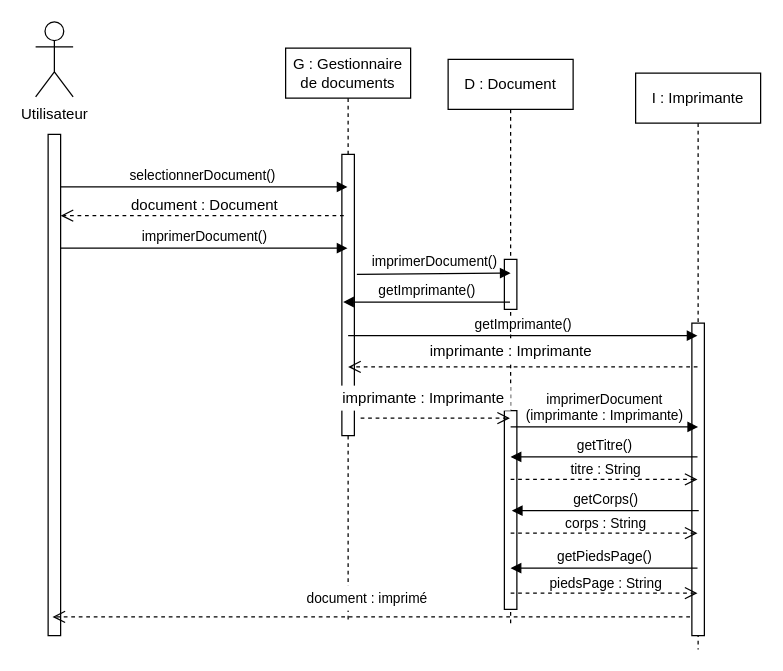
Before: page "Exo4" (4 of 8) of DM3.drawio in adambdj/uml, a draw.io diagram. Source tidied: cells renumbered, new cells numbered last; positions are measured from the earlier drawing's top-left corner, leaving out a move shared by most shapes. Both pictures are drawn from the tidied source at 125%, with x=0, y=0 at pixel (35, 21).
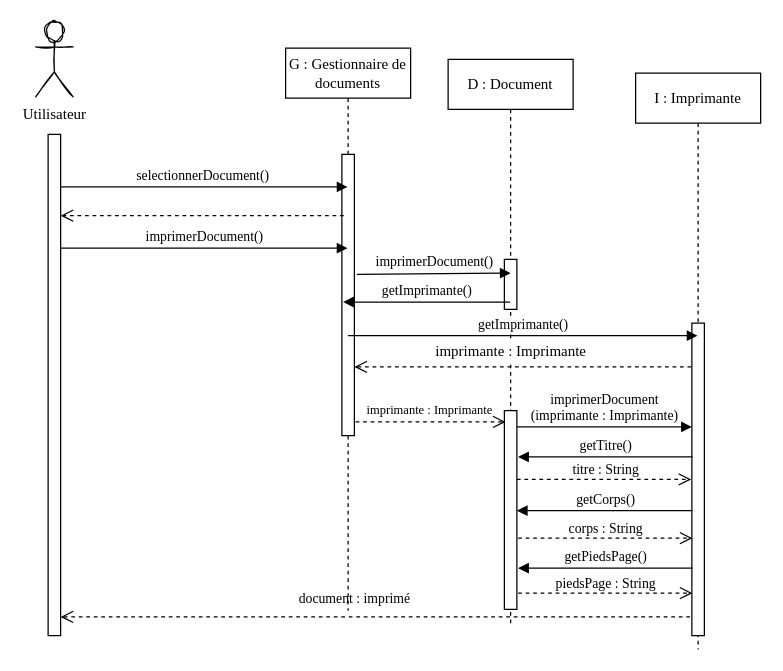
The same page after the edit.

What changed in the source:
```diff
@@
-    <mxCell id="2" value="Utilisateur" style="shape=umlActor;verticalLabelPosition=bottom;verticalAlign=top;html=1;" parent="1" vertex="1">
+    <mxCell id="2" value="Utilisateur" style="shape=umlActor;verticalLabelPosition=bottom;verticalAlign=top;html=1;fontFamily=Garamond;sketch=1;" parent="1" vertex="1">
       <mxGeometry width="30" height="60" as="geometry" />
     </mxCell>
-    <mxCell id="3" style="html=1;perimeter=orthogonalPerimeter;" parent="1" vertex="1">
+    <mxCell id="3" style="html=1;perimeter=orthogonalPerimeter;fontFamily=Garamond;" parent="1" vertex="1">
       <mxGeometry x="10" y="90" width="10" height="401" as="geometry" />
     </mxCell>
-    <mxCell id="4" value="G : Gestionnaire de documents" style="shape=umlLifeline;perimeter=lifelinePerimeter;whiteSpace=wrap;html=1;" parent="1" vertex="1">
-      <mxGeometry x="200" y="21" width="100" height="460" as="geometry" />
+    <mxCell id="4" value="G : Gestionnaire de documents" style="shape=umlLifeline;perimeter=lifelinePerimeter;whiteSpace=wrap;html=1;fontFamily=Garamond;" parent="1" vertex="1">
+      <mxGeometry x="200" y="21" width="100" height="450" as="geometry" />
     </mxCell>
-    <mxCell id="5" style="html=1;perimeter=orthogonalPerimeter;" parent="4" vertex="1">
+    <mxCell id="5" style="html=1;perimeter=orthogonalPerimeter;fontFamily=Garamond;" parent="4" vertex="1">
       <mxGeometry x="45" y="85" width="10" height="225" as="geometry" />
     </mxCell>
-    <mxCell id="6" value="selectionnerDocument()&amp;nbsp;" style="html=1;verticalAlign=bottom;endArrow=block;exitX=1;exitY=0.136;exitDx=0;exitDy=0;exitPerimeter=0;" parent="1" edge="1">
+    <mxCell id="6" value="selectionnerDocument()&amp;nbsp;" style="html=1;verticalAlign=bottom;endArrow=block;exitX=1;exitY=0.136;exitDx=0;exitDy=0;exitPerimeter=0;fontFamily=Garamond;" parent="1" edge="1">
       <mxGeometry relative="1" as="geometry">
         <mxPoint x="20" y="132" as="sourcePoint" />
         <mxPoint x="249.5" y="132" as="targetPoint" />
       </mxGeometry>
     </mxCell>
-    <mxCell id="7" style="html=1;verticalAlign=bottom;endArrow=open;dashed=1;endSize=8;entryX=1.3;entryY=0.886;entryDx=0;entryDy=0;entryPerimeter=0;" parent="1" edge="1">
+    <mxCell id="7" style="html=1;verticalAlign=bottom;endArrow=open;dashed=1;endSize=8;fontFamily=Garamond;" parent="1" edge="1">
       <mxGeometry relative="1" as="geometry">
         <mxPoint x="529.5" y="476" as="sourcePoint" />
-        <mxPoint x="13.5" y="476" as="targetPoint" />
+        <mxPoint x="20" y="476" as="targetPoint" />
       </mxGeometry>
     </mxCell>
-    <mxCell id="8" value="D : Document" style="shape=umlLifeline;perimeter=lifelinePerimeter;whiteSpace=wrap;html=1;" parent="1" vertex="1">
+    <mxCell id="8" value="D : Document" style="shape=umlLifeline;perimeter=lifelinePerimeter;whiteSpace=wrap;html=1;fontFamily=Garamond;" parent="1" vertex="1">
       <mxGeometry x="330" y="30" width="100" height="451" as="geometry" />
     </mxCell>
-    <mxCell id="9" style="html=1;perimeter=orthogonalPerimeter;" parent="8" vertex="1">
+    <mxCell id="9" style="html=1;perimeter=orthogonalPerimeter;fontFamily=Garamond;" parent="8" vertex="1">
       <mxGeometry x="45" y="160" width="10" height="40" as="geometry" />
     </mxCell>
-    <mxCell id="10" style="html=1;perimeter=orthogonalPerimeter;" parent="8" vertex="1">
+    <mxCell id="10" style="html=1;perimeter=orthogonalPerimeter;fontFamily=Garamond;" parent="8" vertex="1">
       <mxGeometry x="45" y="281" width="10" height="159" as="geometry" />
     </mxCell>
-    <mxCell id="11" value="I : Imprimante" style="shape=umlLifeline;perimeter=lifelinePerimeter;whiteSpace=wrap;html=1;outlineConnect=0;" parent="1" vertex="1">
+    <mxCell id="11" value="I : Imprimante" style="shape=umlLifeline;perimeter=lifelinePerimeter;whiteSpace=wrap;html=1;outlineConnect=0;fontFamily=Garamond;" parent="1" vertex="1">
       <mxGeometry x="480" y="41" width="100" height="461" as="geometry" />
     </mxCell>
-    <mxCell id="12" style="html=1;perimeter=orthogonalPerimeter;" parent="11" vertex="1">
+    <mxCell id="12" style="html=1;perimeter=orthogonalPerimeter;fontFamily=Garamond;" parent="11" vertex="1">
       <mxGeometry x="45" y="200" width="10" height="250" as="geometry" />
     </mxCell>
-    <mxCell id="13" value="imprimerDocument()" style="html=1;verticalAlign=bottom;endArrow=block;" parent="1" edge="1">
+    <mxCell id="13" value="imprimerDocument()" style="html=1;verticalAlign=bottom;endArrow=block;fontFamily=Garamond;" parent="1" edge="1">
       <mxGeometry relative="1" as="geometry">
         <mxPoint x="257" y="202" as="sourcePoint" />
         <mxPoint x="380" y="201" as="targetPoint" />
       </mxGeometry>
     </mxCell>
-    <mxCell id="14" style="html=1;verticalAlign=bottom;endArrow=open;dashed=1;endSize=8;entryX=1.3;entryY=0.886;entryDx=0;entryDy=0;entryPerimeter=0;" parent="1" edge="1">
+    <mxCell id="14" style="html=1;verticalAlign=bottom;endArrow=open;dashed=1;endSize=8;entryX=1.3;entryY=0.886;entryDx=0;entryDy=0;entryPerimeter=0;fontFamily=Garamond;" parent="1" edge="1">
       <mxGeometry relative="1" as="geometry">
         <mxPoint x="246.5" y="155" as="sourcePoint" />
         <mxPoint x="20" y="155" as="targetPoint" />
       </mxGeometry>
     </mxCell>
-    <mxCell id="15" value="imprimerDocument()" style="html=1;verticalAlign=bottom;endArrow=block;" parent="1" edge="1">
+    <mxCell id="15" value="imprimerDocument()" style="html=1;verticalAlign=bottom;endArrow=block;fontFamily=Garamond;" parent="1" edge="1">
       <mxGeometry relative="1" as="geometry">
         <mxPoint x="20" y="181" as="sourcePoint" />
         <mxPoint x="249.5" y="181" as="targetPoint" />
       </mxGeometry>
     </mxCell>
-    <mxCell id="16" value="getImprimante()" style="html=1;verticalAlign=bottom;endArrow=block;entryX=0.1;entryY=0.339;entryDx=0;entryDy=0;entryPerimeter=0;" parent="1" edge="1">
+    <mxCell id="16" value="getImprimante()" style="html=1;verticalAlign=bottom;endArrow=block;entryX=0.1;entryY=0.339;entryDx=0;entryDy=0;entryPerimeter=0;fontFamily=Garamond;" parent="1" edge="1">
       <mxGeometry relative="1" as="geometry">
         <mxPoint x="379.5" y="224.1" as="sourcePoint" />
         <mxPoint x="246" y="224.1" as="targetPoint" />
       </mxGeometry>
     </mxCell>
-    <mxCell id="17" value="getImprimante()" style="html=1;verticalAlign=bottom;endArrow=block;" parent="1" edge="1" target="11">
+    <mxCell id="17" value="getImprimante()" style="html=1;verticalAlign=bottom;endArrow=block;fontFamily=Garamond;" parent="1" edge="1" target="11">
       <mxGeometry relative="1" as="geometry">
         <mxPoint x="250" y="251" as="sourcePoint" />
       </mxGeometry>
     </mxCell>
-    <mxCell id="18" style="html=1;verticalAlign=bottom;endArrow=open;dashed=1;endSize=8;" parent="1" edge="1">
+    <mxCell id="18" style="html=1;verticalAlign=bottom;endArrow=open;dashed=1;endSize=8;fontFamily=Garamond;" parent="1" edge="1">
       <mxGeometry relative="1" as="geometry">
-        <mxPoint x="529.5" y="276" as="sourcePoint" />
-        <mxPoint x="250" y="276" as="targetPoint" />
+        <mxPoint x="524.5" y="276" as="sourcePoint" />
+        <mxPoint x="255" y="276" as="targetPoint" />
       </mxGeometry>
     </mxCell>
-    <mxCell id="19" value="imprimante : Imprimante" style="text;html=1;align=center;verticalAlign=middle;fillColor=#ffffff;" parent="1" vertex="1">
+    <mxCell id="19" value="imprimante : Imprimante" style="text;html=1;align=center;verticalAlign=middle;fillColor=#ffffff;fontFamily=Garamond;" parent="1" vertex="1">
       <mxGeometry x="310" y="254" width="140" height="20" as="geometry" />
     </mxCell>
-    <mxCell id="20" style="html=1;verticalAlign=bottom;endArrow=open;dashed=1;endSize=8;" parent="1" edge="1">
+    <mxCell id="20" style="html=1;verticalAlign=bottom;endArrow=open;dashed=1;endSize=8;fontFamily=Garamond;" parent="1" edge="1">
       <mxGeometry relative="1" as="geometry">
-        <mxPoint x="260" y="317" as="sourcePoint" />
-        <mxPoint x="379.5" y="317" as="targetPoint" />
+        <mxPoint x="256" y="320" as="sourcePoint" />
+        <mxPoint x="376" y="320" as="targetPoint" />
       </mxGeometry>
     </mxCell>
-    <mxCell id="21" value="imprimante : Imprimante" style="text;html=1;align=center;verticalAlign=middle;fillColor=#ffffff;" parent="1" vertex="1">
-      <mxGeometry x="240" y="291" width="140" height="20" as="geometry" />
+    <mxCell id="21" value="imprimante : Imprimante" style="text;html=1;align=center;verticalAlign=middle;fontSize=10;fontFamily=Garamond;" parent="1" vertex="1">
+      <mxGeometry x="255" y="300" width="120" height="20" as="geometry" />
     </mxCell>
-    <mxCell id="22" value="imprimerDocument&lt;br&gt;(imprimante : Imprimante)" style="html=1;verticalAlign=bottom;endArrow=block;" parent="1" edge="1">
+    <mxCell id="22" value="imprimerDocument&lt;br&gt;(imprimante : Imprimante)" style="html=1;verticalAlign=bottom;endArrow=block;labelBackgroundColor=none;fontFamily=Garamond;" parent="1" edge="1">
       <mxGeometry relative="1" as="geometry">
-        <mxPoint x="380" y="324" as="sourcePoint" />
-        <mxPoint x="530" y="324" as="targetPoint" />
+        <mxPoint x="385" y="324" as="sourcePoint" />
+        <mxPoint x="525" y="324" as="targetPoint" />
       </mxGeometry>
     </mxCell>
-    <mxCell id="23" value="document : Document" style="text;html=1;align=center;verticalAlign=middle;" parent="1" vertex="1">
-      <mxGeometry x="70" y="137" width="130" height="20" as="geometry" />
-    </mxCell>
-    <mxCell id="24" value="getTitre()" style="html=1;verticalAlign=bottom;endArrow=block;" parent="1" edge="1">
+    <mxCell id="24" value="getTitre()" style="html=1;verticalAlign=bottom;endArrow=block;fontFamily=Garamond;" parent="1" edge="1">
       <mxGeometry relative="1" as="geometry">
-        <mxPoint x="529.5" y="348" as="sourcePoint" />
-        <mxPoint x="380" y="348" as="targetPoint" />
+        <mxPoint x="525.5" y="348" as="sourcePoint" />
+        <mxPoint x="386" y="348" as="targetPoint" />
       </mxGeometry>
     </mxCell>
-    <mxCell id="25" value="getCorps()" style="html=1;verticalAlign=bottom;endArrow=block;" parent="1" edge="1">
+    <mxCell id="25" value="getCorps()" style="html=1;verticalAlign=bottom;endArrow=block;fontFamily=Garamond;" parent="1" edge="1">
       <mxGeometry relative="1" as="geometry">
-        <mxPoint x="530.5" y="391" as="sourcePoint" />
-        <mxPoint x="381" y="391" as="targetPoint" />
+        <mxPoint x="525.5" y="391" as="sourcePoint" />
+        <mxPoint x="385" y="391" as="targetPoint" />
       </mxGeometry>
     </mxCell>
-    <mxCell id="26" value="getPiedsPage()" style="html=1;verticalAlign=bottom;endArrow=block;" parent="1" edge="1">
+    <mxCell id="26" value="getPiedsPage()" style="html=1;verticalAlign=bottom;endArrow=block;fontFamily=Garamond;" parent="1" edge="1">
       <mxGeometry relative="1" as="geometry">
-        <mxPoint x="529.5" y="437" as="sourcePoint" />
-        <mxPoint x="380" y="437" as="targetPoint" />
+        <mxPoint x="525.5" y="437" as="sourcePoint" />
+        <mxPoint x="386" y="437" as="targetPoint" />
       </mxGeometry>
     </mxCell>
-    <mxCell id="27" style="html=1;verticalAlign=bottom;endArrow=open;dashed=1;endSize=8;" parent="1" edge="1">
+    <mxCell id="27" style="html=1;verticalAlign=bottom;endArrow=open;dashed=1;endSize=8;fontFamily=Garamond;" parent="1" edge="1">
       <mxGeometry relative="1" as="geometry">
-        <mxPoint x="380" y="366" as="sourcePoint" />
-        <mxPoint x="529.5" y="366" as="targetPoint" />
+        <mxPoint x="385" y="366" as="sourcePoint" />
+        <mxPoint x="524.5" y="366" as="targetPoint" />
       </mxGeometry>
     </mxCell>
-    <mxCell id="28" value="titre : String" style="text;html=1;align=center;verticalAlign=middle;fontSize=11;" parent="1" vertex="1">
+    <mxCell id="28" value="titre : String" style="text;html=1;align=center;verticalAlign=middle;fontSize=11;fontFamily=Garamond;" parent="1" vertex="1">
       <mxGeometry x="421" y="348" width="70" height="20" as="geometry" />
     </mxCell>
-    <mxCell id="29" style="html=1;verticalAlign=bottom;endArrow=open;dashed=1;endSize=8;" parent="1" edge="1">
+    <mxCell id="29" style="html=1;verticalAlign=bottom;endArrow=open;dashed=1;endSize=8;fontFamily=Garamond;" parent="1" edge="1">
       <mxGeometry relative="1" as="geometry">
-        <mxPoint x="380" y="409" as="sourcePoint" />
-        <mxPoint x="529.5" y="409" as="targetPoint" />
+        <mxPoint x="386" y="413" as="sourcePoint" />
+        <mxPoint x="525.5" y="413" as="targetPoint" />
       </mxGeometry>
     </mxCell>
-    <mxCell id="30" value="corps : String" style="text;html=1;align=center;verticalAlign=middle;fontSize=11;" parent="1" vertex="1">
-      <mxGeometry x="416" y="391" width="80" height="20" as="geometry" />
+    <mxCell id="30" value="corps : String" style="text;html=1;align=center;verticalAlign=middle;fontSize=11;fontFamily=Garamond;" parent="1" vertex="1">
+      <mxGeometry x="421" y="395" width="70" height="20" as="geometry" />
     </mxCell>
-    <mxCell id="31" style="html=1;verticalAlign=bottom;endArrow=open;dashed=1;endSize=8;" parent="1" edge="1">
+    <mxCell id="31" style="html=1;verticalAlign=bottom;endArrow=open;dashed=1;endSize=8;fontFamily=Garamond;" parent="1" edge="1">
       <mxGeometry relative="1" as="geometry">
-        <mxPoint x="380" y="457" as="sourcePoint" />
-        <mxPoint x="529.5" y="457" as="targetPoint" />
+        <mxPoint x="386" y="457" as="sourcePoint" />
+        <mxPoint x="525.5" y="457" as="targetPoint" />
       </mxGeometry>
     </mxCell>
-    <mxCell id="32" value="piedsPage : String" style="text;html=1;align=center;verticalAlign=middle;fontSize=11;" parent="1" vertex="1">
-      <mxGeometry x="401" y="439" width="110" height="20" as="geometry" />
+    <mxCell id="32" value="piedsPage : String" style="text;html=1;align=center;verticalAlign=middle;fontSize=11;fontFamily=Garamond;" parent="1" vertex="1">
+      <mxGeometry x="406" y="439" width="100" height="20" as="geometry" />
     </mxCell>
-    <mxCell id="33" value="document : imprimé" style="text;html=1;align=center;verticalAlign=middle;fontSize=11;fillColor=#ffffff;" parent="1" vertex="1">
-      <mxGeometry x="210" y="451" width="110" height="20" as="geometry" />
+    <mxCell id="33" value="document : imprimé" style="text;html=1;align=center;verticalAlign=middle;fontSize=11;labelBackgroundColor=none;fontFamily=Garamond;" parent="1" vertex="1">
+      <mxGeometry x="205" y="451" width="100" height="20" as="geometry" />
     </mxCell>
```
